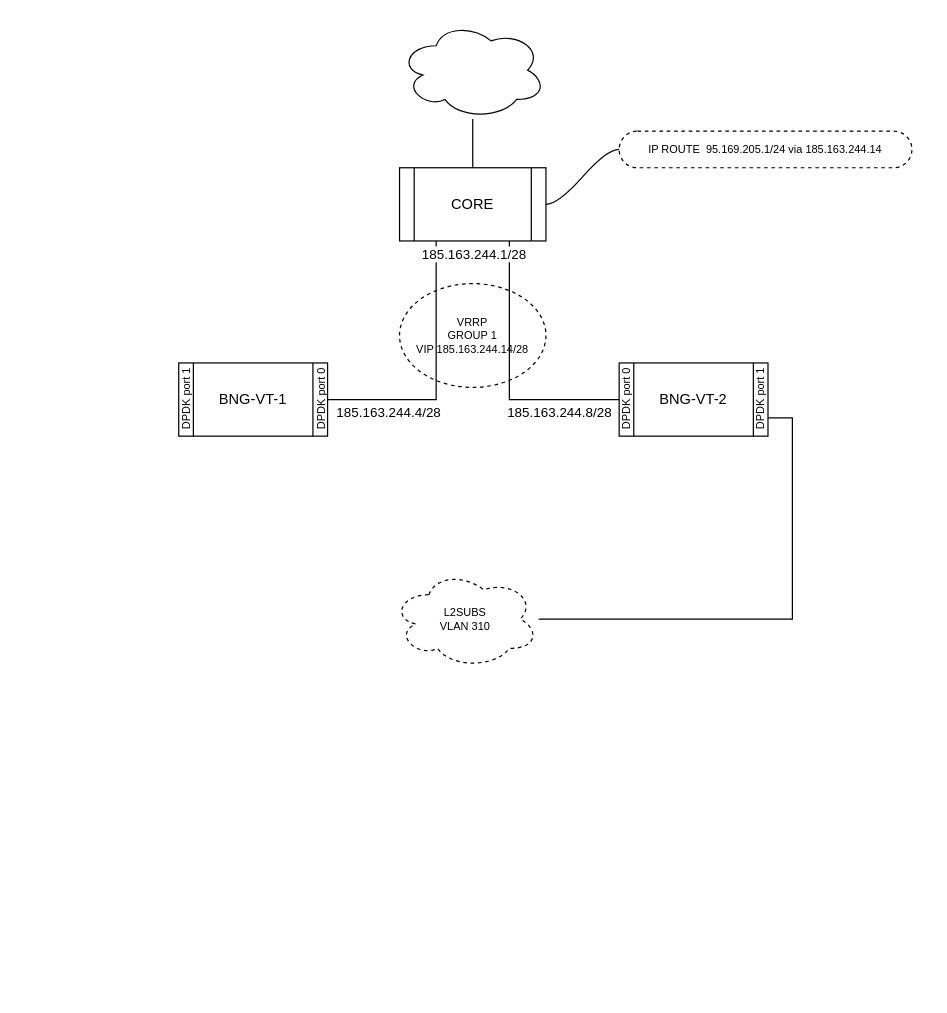
Before: Untitled Diagram.drawio in djok/bisonRouter, a draw.io diagram. Source tidied: cells renumbered, new cells numbered last; positions are measured from the earlier drawing's top-left corner, leaving out a move shared by most shapes. Both pictures are drawn from the tidied source at 122%, with x=0, y=0 at pixel (143, 21).
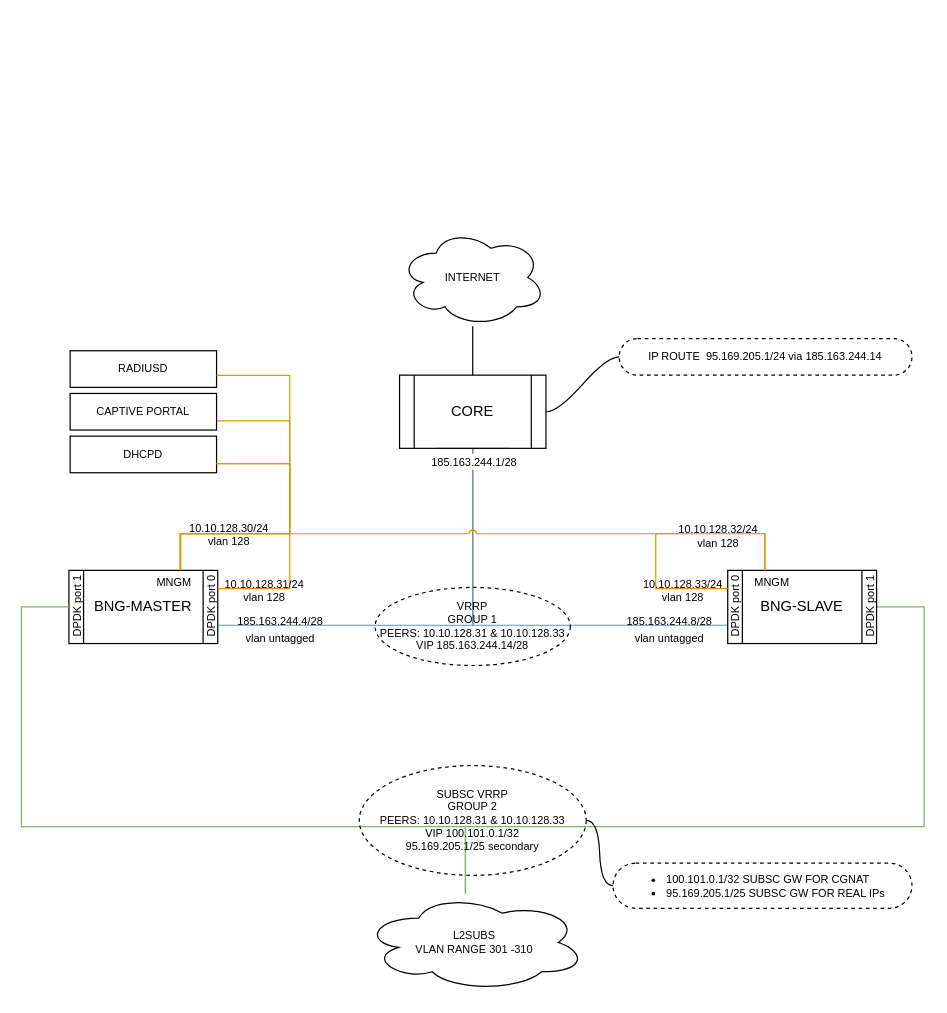
After the change.

Change to the diagram source:
```diff
@@
     <mxCell id="2" style="group;" parent="1" vertex="1">
-      <mxGeometry x="20" y="275" width="140" height="70" as="geometry" />
+      <mxGeometry x="-70" y="445" width="140" height="70" as="geometry" />
     </mxCell>
@@
-    <mxCell id="5" value="BNG-VT-1" style="shape=process;whiteSpace=wrap;html=1;backgroundOutline=1;fillColor=none;" parent="2" vertex="1">
+    <mxCell id="5" value="BNG-MASTER" style="shape=process;whiteSpace=wrap;html=1;backgroundOutline=1;fillColor=none;" parent="2" vertex="1">
       <mxGeometry x="9" y="5" width="122" height="60" as="geometry" />
     </mxCell>
+    <mxCell id="22" style="edgeStyle=orthogonalEdgeStyle;rounded=0;orthogonalLoop=1;jettySize=auto;html=1;exitX=1;exitY=0.25;exitDx=0;exitDy=0;entryX=0.75;entryY=0;entryDx=0;entryDy=0;fontSize=9;endArrow=none;endFill=0;fillColor=#ffe6cc;strokeColor=#d79b00;" parent="2" edge="1" source="5" target="5">
+      <mxGeometry relative="1" as="geometry">
+        <Array as="points">
+          <mxPoint x="190" y="20" />
+          <mxPoint x="190" y="-25" />
+          <mxPoint x="101" y="-25" />
+        </Array>
+      </mxGeometry>
+    </mxCell>
+    <mxCell id="23" value="10.10.128.31/24&lt;br&gt;vlan 128" style="edgeLabel;html=1;align=center;verticalAlign=middle;fontSize=9;labelBackgroundColor=none;" parent="22" vertex="1">
+      <mxGeometry x="-0.59" relative="1" as="geometry">
+        <mxPoint x="-9" y="1" as="offset" />
+      </mxGeometry>
+    </mxCell>
+    <mxCell id="24" value="MNGM" style="text;html=1;align=center;verticalAlign=middle;strokeColor=none;fillColor=none;fontSize=9;" parent="2" vertex="1">
+      <mxGeometry x="70" y="5" width="50" height="20" as="geometry" />
+    </mxCell>
-    <mxCell id="6" style="edgeStyle=orthogonalEdgeStyle;rounded=0;jettySize=auto;html=1;entryX=0.25;entryY=1;entryDx=0;entryDy=0;endArrow=none;endFill=0;" parent="1" edge="1" source="5" target="11">
-      <mxGeometry relative="1" as="geometry" />
+    <mxCell id="6" style="edgeStyle=orthogonalEdgeStyle;rounded=0;jettySize=auto;html=1;entryX=0.25;entryY=1;entryDx=0;entryDy=0;endArrow=none;endFill=0;fillColor=#dae8fc;strokeColor=#6c8ebf;exitX=1;exitY=0.75;exitDx=0;exitDy=0;" parent="1" edge="1" source="5" target="11">
+      <mxGeometry relative="1" as="geometry">
+        <Array as="points">
+          <mxPoint x="270" y="495" />
+          <mxPoint x="270" y="350" />
+        </Array>
+      </mxGeometry>
     </mxCell>
-    <mxCell id="7" value="185.163.244.4/28" style="edgeLabel;html=1;align=center;verticalAlign=middle;" parent="6" vertex="1">
+    <mxCell id="7" value="&lt;font style=&quot;font-size: 9px;&quot;&gt;185.163.244.4/28&lt;br&gt;vlan untagged&lt;br&gt;&lt;/font&gt;" style="edgeLabel;html=1;align=center;verticalAlign=middle;labelBackgroundColor=none;" parent="6" vertex="1">
       <mxGeometry x="-0.72" y="2" relative="1" as="geometry">
-        <mxPoint x="18" y="12" as="offset" />
+        <mxPoint x="-4" y="4" as="offset" />
       </mxGeometry>
     </mxCell>
-    <mxCell id="8" style="edgeStyle=orthogonalEdgeStyle;rounded=0;jettySize=auto;html=1;exitX=0;exitY=0.5;exitDx=0;exitDy=0;entryX=0.75;entryY=1;entryDx=0;entryDy=0;endArrow=none;endFill=0;" parent="1" edge="1" source="21" target="11">
-      <mxGeometry relative="1" as="geometry" />
+    <mxCell id="8" style="edgeStyle=orthogonalEdgeStyle;rounded=0;jettySize=auto;html=1;exitX=0;exitY=0.75;exitDx=0;exitDy=0;entryX=0.75;entryY=1;entryDx=0;entryDy=0;endArrow=none;endFill=0;fillColor=#dae8fc;strokeColor=#6c8ebf;" parent="1" edge="1" source="21" target="11">
+      <mxGeometry relative="1" as="geometry">
+        <Array as="points">
+          <mxPoint x="270" y="495" />
+          <mxPoint x="270" y="350" />
+        </Array>
+      </mxGeometry>
     </mxCell>
-    <mxCell id="9" value="185.163.244.8/28" style="edgeLabel;html=1;align=center;verticalAlign=middle;" parent="8" vertex="1">
+    <mxCell id="9" value="&lt;font style=&quot;font-size: 9px;&quot;&gt;185.163.244.8/28&lt;br&gt;vlan untagged&lt;br&gt;&lt;/font&gt;" style="edgeLabel;html=1;align=center;verticalAlign=middle;labelBackgroundColor=none;" parent="8" vertex="1">
       <mxGeometry x="-0.73" y="-1" relative="1" as="geometry">
-        <mxPoint x="-20" y="11" as="offset" />
+        <mxPoint x="3" y="3" as="offset" />
       </mxGeometry>
     </mxCell>
-    <mxCell id="10" value="185.163.244.1/28" style="edgeLabel;html=1;align=center;verticalAlign=middle;" parent="8" vertex="1">
+    <mxCell id="10" value="&lt;font style=&quot;font-size: 9px;&quot;&gt;185.163.244.1/28&lt;/font&gt;" style="edgeLabel;html=1;align=center;verticalAlign=middle;" parent="8" vertex="1">
       <mxGeometry x="0.65" y="1" relative="1" as="geometry">
-        <mxPoint x="-29" y="-28" as="offset" />
+        <mxPoint x="1" y="-27" as="offset" />
       </mxGeometry>
     </mxCell>
     <mxCell id="11" value="CORE" style="shape=process;whiteSpace=wrap;html=1;backgroundOutline=1;fillColor=none;" parent="1" vertex="1">
-      <mxGeometry x="210" y="120" width="120" height="60" as="geometry" />
+      <mxGeometry x="210" y="290" width="120" height="60" as="geometry" />
     </mxCell>
@@
-    <mxCell id="13" style="ellipse;shape=cloud;whiteSpace=wrap;html=1;fontSize=9;" parent="1" vertex="1">
-      <mxGeometry x="210" width="120" height="80" as="geometry" />
+    <mxCell id="13" value="INTERNET" style="ellipse;shape=cloud;whiteSpace=wrap;html=1;fontSize=9;" parent="1" vertex="1">
+      <mxGeometry x="210" y="170" width="120" height="80" as="geometry" />
     </mxCell>
-    <mxCell id="14" value="VRRP&lt;br&gt;GROUP 1&lt;br&gt;VIP 185.163.244.14/28" style="ellipse;whiteSpace=wrap;html=1;dashed=1;fontSize=9;fillColor=none;" parent="1" vertex="1">
-      <mxGeometry x="210" y="215" width="120" height="85" as="geometry" />
+    <mxCell id="14" value="VRRP&lt;br&gt;GROUP 1&lt;br&gt;PEERS: 10.10.128.31 &amp;amp; 10.10.128.33&lt;br&gt;VIP 185.163.244.14/28" style="ellipse;whiteSpace=wrap;html=1;dashed=1;fontSize=9;fillColor=none;" parent="1" vertex="1">
+      <mxGeometry x="190" y="464" width="160" height="64" as="geometry" />
     </mxCell>
     <mxCell id="15" value="IP ROUTE&amp;nbsp;&amp;nbsp;95.169.205.1/24 via 185.163.244.14" style="whiteSpace=wrap;html=1;rounded=1;arcSize=50;align=center;verticalAlign=middle;strokeWidth=1;spacing=4;newEdgeStyle={&quot;edgeStyle&quot;:&quot;entityRelationEdgeStyle&quot;,&quot;startArrow&quot;:&quot;none&quot;,&quot;endArrow&quot;:&quot;none&quot;,&quot;segment&quot;:10,&quot;curved&quot;:1};dashed=1;fontSize=9;fillColor=none;" parent="1" vertex="1">
-      <mxGeometry x="390" y="90" width="240" height="30" as="geometry" />
+      <mxGeometry x="390" y="260" width="240" height="30" as="geometry" />
     </mxCell>
     <mxCell id="16" style="edgeStyle=entityRelationEdgeStyle;startArrow=none;endArrow=none;segment=10;curved=1;rounded=0;fontSize=9;" parent="1" edge="1" target="15">
       <mxGeometry relative="1" as="geometry">
-        <mxPoint x="330" y="150" as="sourcePoint" />
+        <mxPoint x="330" y="320" as="sourcePoint" />
       </mxGeometry>
     </mxCell>
-    <mxCell id="17" style="edgeStyle=orthogonalEdgeStyle;rounded=0;jettySize=auto;html=1;entryX=1;entryY=0.75;entryDx=0;entryDy=0;fontSize=9;endArrow=none;endFill=0;" parent="1" edge="1" source="18" target="21">
-      <mxGeometry relative="1" as="geometry" />
+    <mxCell id="17" style="edgeStyle=orthogonalEdgeStyle;rounded=0;jettySize=auto;html=1;entryX=1;entryY=0.25;entryDx=0;entryDy=0;fontSize=9;endArrow=none;endFill=0;fillColor=#d5e8d4;strokeColor=#82b366;" parent="1" edge="1" source="18" target="21">
+      <mxGeometry relative="1" as="geometry">
+        <Array as="points">
+          <mxPoint x="264" y="660" />
+          <mxPoint x="640" y="660" />
+          <mxPoint x="640" y="480" />
+          <mxPoint x="601" y="480" />
+        </Array>
+      </mxGeometry>
     </mxCell>
+    <mxCell id="25" style="edgeStyle=orthogonalEdgeStyle;rounded=0;jettySize=auto;html=1;entryX=0;entryY=0.5;entryDx=0;entryDy=0;fontSize=9;endArrow=none;endFill=0;fillColor=#d5e8d4;strokeColor=#82b366;" parent="1" edge="1" source="18" target="5">
+      <mxGeometry relative="1" as="geometry">
+        <Array as="points">
+          <mxPoint x="264" y="660" />
+          <mxPoint x="-100" y="660" />
+          <mxPoint x="-100" y="480" />
+        </Array>
+      </mxGeometry>
+    </mxCell>
-    <mxCell id="18" value="L2SUBS&lt;br&gt;VLAN 310" style="ellipse;shape=cloud;whiteSpace=wrap;html=1;dashed=1;fontSize=9;fillColor=none;" parent="1" vertex="1">
-      <mxGeometry x="204" y="450" width="120" height="80" as="geometry" />
+    <mxCell id="18" value="L2SUBS&lt;br&gt;VLAN RANGE 301 -310" style="ellipse;shape=cloud;whiteSpace=wrap;html=1;fontSize=9;fillColor=none;" parent="1" vertex="1">
+      <mxGeometry x="180" y="715" width="183" height="80" as="geometry" />
     </mxCell>
+    <mxCell id="26" style="group;" parent="1" vertex="1">
+      <mxGeometry x="470" y="445" width="140" height="70" as="geometry" />
+    </mxCell>
+    <mxCell id="20" value="&lt;font style=&quot;font-size: 9px;&quot;&gt;DPDK port 1&lt;/font&gt;" style="text;html=1;align=center;verticalAlign=middle;strokeColor=none;fillColor=none;rotation=-90;" parent="26" vertex="1">
+      <mxGeometry x="90" y="20" width="70" height="30" as="geometry" />
+    </mxCell>
+    <mxCell id="27" style="group;" parent="26" vertex="1">
+      <mxGeometry width="131" height="70" as="geometry" />
+    </mxCell>
-    <mxCell id="19" value="&lt;font style=&quot;font-size: 9px;&quot;&gt;DPDK port 0&lt;/font&gt;" style="text;html=1;align=center;verticalAlign=middle;strokeColor=none;fillColor=none;rotation=-90;" parent="1" vertex="1">
-      <mxGeometry x="360" y="295" width="70" height="30" as="geometry" />
+    <mxCell id="19" value="&lt;font style=&quot;font-size: 9px;&quot;&gt;DPDK port 0&lt;/font&gt;" style="text;html=1;align=center;verticalAlign=middle;strokeColor=none;fillColor=none;rotation=-90;" parent="27" vertex="1">
+      <mxGeometry x="-20" y="20" width="70" height="30" as="geometry" />
     </mxCell>
-    <mxCell id="20" value="&lt;font style=&quot;font-size: 9px;&quot;&gt;DPDK port 1&lt;/font&gt;" style="text;html=1;align=center;verticalAlign=middle;strokeColor=none;fillColor=none;rotation=-90;" parent="1" vertex="1">
-      <mxGeometry x="470" y="295" width="70" height="30" as="geometry" />
-    </mxCell>
-    <mxCell id="21" value="BNG-VT-2" style="shape=process;whiteSpace=wrap;html=1;backgroundOutline=1;fillColor=none;" parent="1" vertex="1">
-      <mxGeometry x="390" y="280" width="122" height="60" as="geometry" />
+    <mxCell id="21" value="BNG-SLAVE" style="shape=process;whiteSpace=wrap;html=1;backgroundOutline=1;fillColor=none;" parent="27" vertex="1">
+      <mxGeometry x="9" y="5" width="122" height="60" as="geometry" />
     </mxCell>
+    <mxCell id="28" style="edgeStyle=orthogonalEdgeStyle;rounded=0;orthogonalLoop=1;jettySize=auto;html=1;exitX=0;exitY=0.25;exitDx=0;exitDy=0;entryX=0.25;entryY=0;entryDx=0;entryDy=0;fontSize=9;endArrow=none;endFill=0;fillColor=#ffe6cc;strokeColor=#d79b00;" parent="27" edge="1" source="21" target="21">
+      <mxGeometry relative="1" as="geometry">
+        <Array as="points">
+          <mxPoint x="-50" y="20" />
+          <mxPoint x="-50" y="-25" />
+          <mxPoint x="39" y="-25" />
+        </Array>
+      </mxGeometry>
+    </mxCell>
+    <mxCell id="29" value="10.10.128.32/24&lt;br&gt;vlan 128" style="edgeLabel;html=1;align=center;verticalAlign=middle;fontSize=9;" parent="28" vertex="1">
+      <mxGeometry x="-0.24" y="-1" relative="1" as="geometry">
+        <mxPoint x="49" y="-18" as="offset" />
+      </mxGeometry>
+    </mxCell>
+    <mxCell id="30" value="10.10.128.33/24&lt;br&gt;vlan 128" style="edgeLabel;html=1;align=center;verticalAlign=middle;fontSize=9;labelBackgroundColor=none;" parent="28" vertex="1">
+      <mxGeometry x="-0.3" y="2" relative="1" as="geometry">
+        <mxPoint x="23" y="20" as="offset" />
+      </mxGeometry>
+    </mxCell>
+    <mxCell id="31" value="MNGM" style="text;html=1;align=center;verticalAlign=middle;strokeColor=none;fillColor=none;fontSize=9;" parent="27" vertex="1">
+      <mxGeometry x="20" y="5" width="50" height="20" as="geometry" />
+    </mxCell>
+    <mxCell id="32" value="SUBSC VRRP&lt;br&gt;GROUP 2&lt;br&gt;PEERS: 10.10.128.31 &amp;amp; 10.10.128.33&lt;br&gt;VIP 100.101.0.1/32&lt;br&gt;95.169.205.1/25 secondary" style="ellipse;whiteSpace=wrap;html=1;dashed=1;fontSize=9;fillColor=none;" parent="1" vertex="1">
+      <mxGeometry x="177" y="610" width="186" height="90" as="geometry" />
+    </mxCell>
+    <mxCell id="33" value="RADIUSD" style="rounded=0;whiteSpace=wrap;html=1;fontSize=9;fillColor=none;" parent="1" vertex="1">
+      <mxGeometry x="-60" y="270" width="120" height="30" as="geometry" />
+    </mxCell>
+    <mxCell id="34" value="DHCPD" style="rounded=0;whiteSpace=wrap;html=1;fontSize=9;fillColor=none;" parent="1" vertex="1">
+      <mxGeometry x="-60" y="340" width="120" height="30" as="geometry" />
+    </mxCell>
+    <mxCell id="35" style="edgeStyle=orthogonalEdgeStyle;rounded=0;jettySize=auto;html=1;entryX=1;entryY=0.75;entryDx=0;entryDy=0;fontSize=9;endArrow=none;endFill=0;fillColor=#ffe6cc;strokeColor=#d79b00;exitX=0.75;exitY=0;exitDx=0;exitDy=0;" parent="1" edge="1" source="5" target="34">
+      <mxGeometry relative="1" as="geometry">
+        <Array as="points">
+          <mxPoint x="31" y="420" />
+          <mxPoint x="120" y="420" />
+          <mxPoint x="120" y="363" />
+          <mxPoint x="60" y="363" />
+        </Array>
+      </mxGeometry>
+    </mxCell>
+    <mxCell id="36" style="edgeStyle=orthogonalEdgeStyle;rounded=0;jettySize=auto;html=1;entryX=1;entryY=0.672;entryDx=0;entryDy=0;entryPerimeter=0;fontSize=9;endArrow=none;endFill=0;exitX=0.75;exitY=0;exitDx=0;exitDy=0;fillColor=#ffe6cc;strokeColor=#d79b00;" parent="1" edge="1" source="5" target="33">
+      <mxGeometry relative="1" as="geometry">
+        <Array as="points">
+          <mxPoint x="31" y="420" />
+          <mxPoint x="120" y="420" />
+          <mxPoint x="120" y="290" />
+        </Array>
+      </mxGeometry>
+    </mxCell>
+    <mxCell id="37" value="10.10.128.30/24&lt;br&gt;vlan 128" style="edgeLabel;html=1;align=center;verticalAlign=middle;fontSize=9;labelBackgroundColor=none;" parent="36" vertex="1">
+      <mxGeometry x="-0.84" y="-3" relative="1" as="geometry">
+        <mxPoint x="36" y="-5" as="offset" />
+      </mxGeometry>
+    </mxCell>
+    <mxCell id="38" style="edgeStyle=orthogonalEdgeStyle;rounded=0;jettySize=auto;html=1;exitX=0.25;exitY=0;exitDx=0;exitDy=0;entryX=1;entryY=0.75;entryDx=0;entryDy=0;fontSize=9;endArrow=none;endFill=0;fillColor=#ffe6cc;strokeColor=#d79b00;jumpStyle=arc;" parent="1" edge="1" source="21" target="34">
+      <mxGeometry relative="1" as="geometry">
+        <Array as="points">
+          <mxPoint x="510" y="420" />
+          <mxPoint x="120" y="420" />
+          <mxPoint x="120" y="363" />
+          <mxPoint x="60" y="363" />
+        </Array>
+      </mxGeometry>
+    </mxCell>
+    <mxCell id="39" style="edgeStyle=orthogonalEdgeStyle;rounded=0;jumpStyle=arc;jettySize=auto;html=1;exitX=1;exitY=0.75;exitDx=0;exitDy=0;fontSize=9;endArrow=none;endFill=0;fillColor=#ffe6cc;strokeColor=#d79b00;" parent="1" edge="1" source="40">
+      <mxGeometry relative="1" as="geometry">
+        <mxPoint x="30" y="450" as="targetPoint" />
+        <Array as="points">
+          <mxPoint x="120" y="328" />
+          <mxPoint x="120" y="420" />
+          <mxPoint x="30" y="420" />
+        </Array>
+      </mxGeometry>
+    </mxCell>
+    <mxCell id="40" value="CAPTIVE PORTAL" style="rounded=0;whiteSpace=wrap;html=1;fontSize=9;fillColor=none;" parent="1" vertex="1">
+      <mxGeometry x="-60" y="305" width="120" height="30" as="geometry" />
+    </mxCell>
+    <mxCell id="41" value="&lt;ul&gt;&lt;li&gt;100.101.0.1/32 SUBSC GW FOR CGNAT&lt;/li&gt;&lt;li&gt;95.169.205.1/25 SUBSC GW FOR REAL IPs&lt;/li&gt;&lt;/ul&gt;" style="whiteSpace=wrap;html=1;rounded=1;arcSize=50;align=left;verticalAlign=middle;strokeWidth=1;spacing=4;newEdgeStyle={&quot;edgeStyle&quot;:&quot;entityRelationEdgeStyle&quot;,&quot;startArrow&quot;:&quot;none&quot;,&quot;endArrow&quot;:&quot;none&quot;,&quot;segment&quot;:10,&quot;curved&quot;:1};labelBackgroundColor=none;fontSize=9;fillColor=none;dashed=1;" parent="1" vertex="1">
+      <mxGeometry x="385" y="690" width="245" height="37" as="geometry" />
+    </mxCell>
+    <mxCell id="42" style="edgeStyle=entityRelationEdgeStyle;startArrow=none;endArrow=none;segment=10;curved=1;rounded=0;fontSize=9;jumpStyle=arc;" parent="1" edge="1" source="32" target="41">
+      <mxGeometry relative="1" as="geometry" />
+    </mxCell>
```
